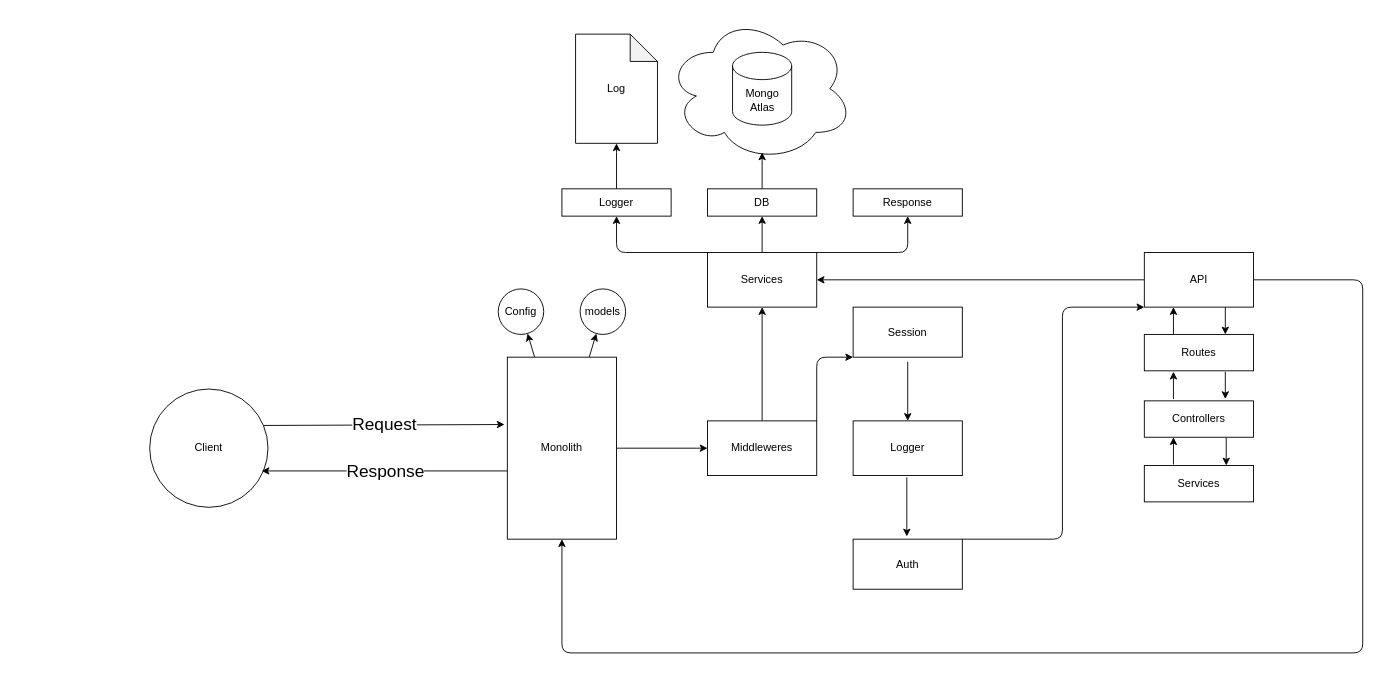
Earlier version of the draw.io diagram architecture.drawio (gDenisLit/item-server-python). Source tidied: cells renumbered, new cells numbered last; positions are measured from the earlier drawing's top-left corner, leaving out a move shared by most shapes. Both pictures are drawn from the tidied source at 91%, with x=0, y=0 at pixel (149, 15).
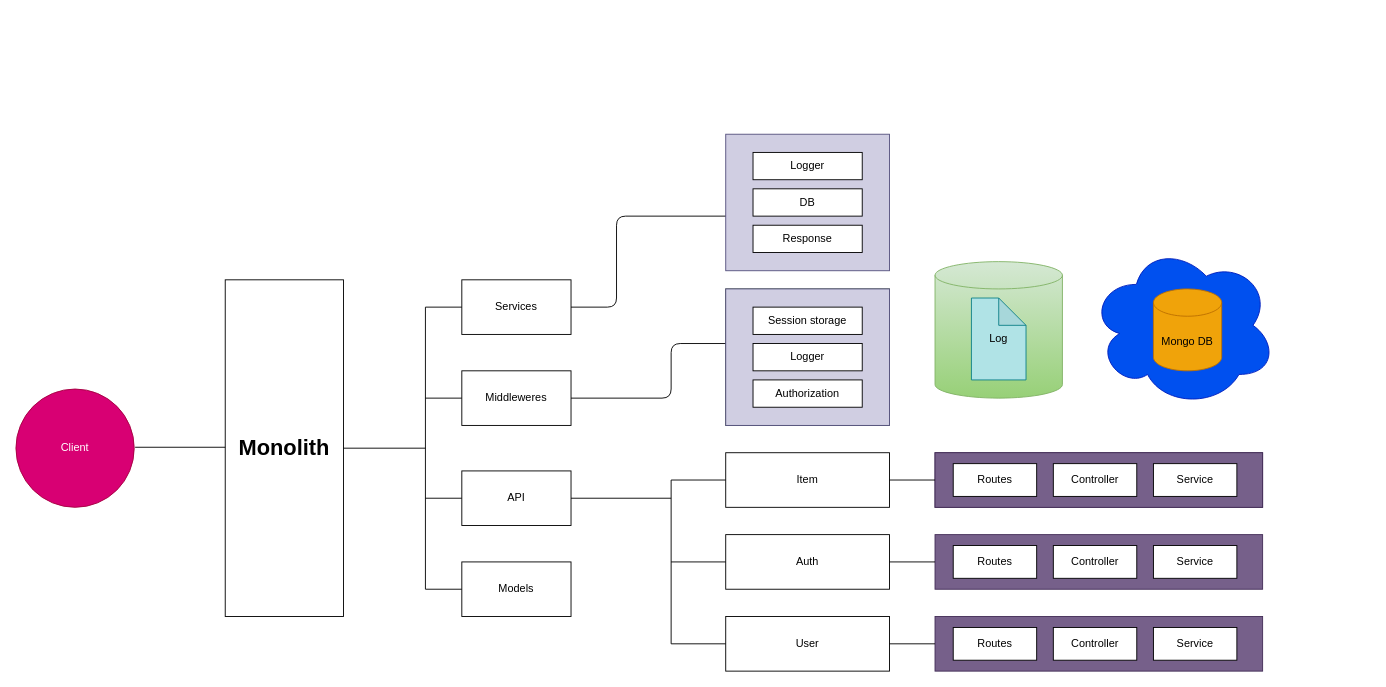
The same page after the edit.

Diff of the diagram source:
```diff
@@
-    <mxCell id="2" style="ellipse;shape=cloud;whiteSpace=wrap;html=1;" parent="1" vertex="1">
-      <mxGeometry x="568" width="205" height="160" as="geometry" />
-    </mxCell>
-    <mxCell id="3" value="Client" style="ellipse;whiteSpace=wrap;html=1;" parent="1" vertex="1">
-      <mxGeometry y="410" width="130" height="130" as="geometry" />
+    <mxCell id="3" value="Client" style="ellipse;whiteSpace=wrap;html=1;fillColor=#d80073;fontColor=#ffffff;strokeColor=#A50040;" parent="1" vertex="1">
+      <mxGeometry x="-147" y="410" width="130" height="130" as="geometry" />
     </mxCell>
-    <mxCell id="4" style="edgeStyle=none;html=1;" parent="1" edge="1" source="7" target="15">
-      <mxGeometry relative="1" as="geometry" />
-    </mxCell>
-    <mxCell id="5" style="edgeStyle=none;html=1;" parent="1" edge="1" source="7" target="45">
-      <mxGeometry relative="1" as="geometry" />
-    </mxCell>
-    <mxCell id="6" style="edgeStyle=none;html=1;" parent="1" edge="1" source="7" target="46">
-      <mxGeometry relative="1" as="geometry" />
-    </mxCell>
-    <mxCell id="7" value="Monolith" style="whiteSpace=wrap;html=1;" parent="1" vertex="1">
-      <mxGeometry x="393" y="375" width="120" height="200" as="geometry" />
+    <mxCell id="7" value="&lt;b&gt;&lt;font style=&quot;font-size: 24px;&quot;&gt;Monolith&lt;/font&gt;&lt;/b&gt;" style="whiteSpace=wrap;html=1;" parent="1" vertex="1">
+      <mxGeometry x="83" y="290" width="130" height="370" as="geometry" />
     </mxCell>
-    <mxCell id="8" style="edgeStyle=none;html=1;entryX=0.5;entryY=1;entryDx=0;entryDy=0;exitX=1;exitY=0;exitDx=0;exitDy=0;" parent="1" edge="1" source="11" target="17">
-      <mxGeometry relative="1" as="geometry">
-        <Array as="points">
-          <mxPoint x="833" y="260" />
-        </Array>
-      </mxGeometry>
-    </mxCell>
-    <mxCell id="9" style="edgeStyle=none;html=1;" parent="1" edge="1" source="11" target="19">
-      <mxGeometry relative="1" as="geometry" />
-    </mxCell>
-    <mxCell id="10" style="edgeStyle=none;html=1;entryX=0.5;entryY=1;entryDx=0;entryDy=0;exitX=0;exitY=0;exitDx=0;exitDy=0;" parent="1" edge="1" source="11" target="21">
-      <mxGeometry relative="1" as="geometry">
-        <Array as="points">
-          <mxPoint x="513" y="260" />
-        </Array>
-      </mxGeometry>
-    </mxCell>
     <mxCell id="11" value="Services" style="whiteSpace=wrap;html=1;" parent="1" vertex="1">
-      <mxGeometry x="613" y="260" width="120" height="60" as="geometry" />
+      <mxGeometry x="343" y="290" width="120" height="60" as="geometry" />
     </mxCell>
-    <mxCell id="12" style="edgeStyle=none;html=1;entryX=0;entryY=1;entryDx=0;entryDy=0;exitX=1;exitY=0;exitDx=0;exitDy=0;" parent="1" edge="1" source="15" target="22">
-      <mxGeometry relative="1" as="geometry">
-        <Array as="points">
-          <mxPoint x="733" y="375" />
-        </Array>
-      </mxGeometry>
-    </mxCell>
-    <mxCell id="13" style="edgeStyle=none;html=1;" parent="1" edge="1" target="23">
-      <mxGeometry relative="1" as="geometry">
-        <mxPoint x="833" y="380" as="sourcePoint" />
-      </mxGeometry>
-    </mxCell>
-    <mxCell id="14" style="edgeStyle=none;html=1;entryX=0.5;entryY=1;entryDx=0;entryDy=0;" parent="1" edge="1" source="15" target="11">
-      <mxGeometry relative="1" as="geometry" />
-    </mxCell>
     <mxCell id="15" value="Middleweres" style="whiteSpace=wrap;html=1;" parent="1" vertex="1">
-      <mxGeometry x="613" y="445" width="120" height="60" as="geometry" />
+      <mxGeometry x="343" y="390" width="120" height="60" as="geometry" />
     </mxCell>
     <mxCell id="16" value="API" style="whiteSpace=wrap;html=1;" parent="1" vertex="1">
-      <mxGeometry x="1093" y="260" width="120" height="60" as="geometry" />
+      <mxGeometry x="343" y="500" width="120" height="60" as="geometry" />
     </mxCell>
-    <mxCell id="17" value="Response" style="whiteSpace=wrap;html=1;" parent="1" vertex="1">
-      <mxGeometry x="773" y="190" width="120" height="30" as="geometry" />
-    </mxCell>
-    <mxCell id="18" style="edgeStyle=none;html=1;" parent="1" edge="1" source="19">
-      <mxGeometry relative="1" as="geometry">
-        <mxPoint x="673" y="150" as="targetPoint" />
-      </mxGeometry>
-    </mxCell>
-    <mxCell id="19" value="DB" style="whiteSpace=wrap;html=1;" parent="1" vertex="1">
-      <mxGeometry x="613" y="190" width="120" height="30" as="geometry" />
-    </mxCell>
-    <mxCell id="20" style="edgeStyle=none;html=1;startArrow=none;" parent="1" edge="1">
-      <mxGeometry relative="1" as="geometry">
-        <mxPoint x="513" y="150" as="sourcePoint" />
-        <mxPoint x="513" y="140" as="targetPoint" />
-      </mxGeometry>
-    </mxCell>
-    <mxCell id="21" value="Logger" style="whiteSpace=wrap;html=1;" parent="1" vertex="1">
-      <mxGeometry x="453" y="190" width="120" height="30" as="geometry" />
-    </mxCell>
+    <mxCell id="47" value="Models" style="whiteSpace=wrap;html=1;" parent="1" vertex="1">
+      <mxGeometry x="343" y="600" width="120" height="60" as="geometry" />
+    </mxCell>
+    <mxCell id="48" style="group;fillColor=#6d8764;fontColor=#ffffff;strokeColor=#3A5431;" parent="1" vertex="1">
+      <mxGeometry x="633" y="300" width="180" height="150" as="geometry" />
+    </mxCell>
+    <mxCell id="49" style="endArrow=none;html=1;fontColor=#000000;exitX=1;exitY=0.5;exitDx=0;exitDy=0;entryX=0.011;entryY=0.6;entryDx=0;entryDy=0;entryPerimeter=0;" parent="1" edge="1" source="11" target="82">
+      <mxGeometry relative="1" as="geometry">
+        <Array as="points">
+          <mxPoint x="513" y="320" />
+          <mxPoint x="513" y="220" />
+        </Array>
+      </mxGeometry>
+    </mxCell>
+    <mxCell id="50" style="endArrow=none;html=1;fontColor=#000000;" parent="1" edge="1">
+      <mxGeometry relative="1" as="geometry">
+        <mxPoint x="463" y="420" as="sourcePoint" />
+        <mxPoint x="643" y="360" as="targetPoint" />
+        <Array as="points">
+          <mxPoint x="573" y="420" />
+          <mxPoint x="573" y="360" />
+        </Array>
+      </mxGeometry>
+    </mxCell>
+    <mxCell id="51" value="Item" style="whiteSpace=wrap;html=1;" parent="1" vertex="1">
+      <mxGeometry x="633" y="480" width="180" height="60" as="geometry" />
+    </mxCell>
+    <mxCell id="52" value="Auth" style="whiteSpace=wrap;html=1;" parent="1" vertex="1">
+      <mxGeometry x="633" y="570" width="180" height="60" as="geometry" />
+    </mxCell>
+    <mxCell id="53" value="User" style="whiteSpace=wrap;html=1;" parent="1" vertex="1">
+      <mxGeometry x="633" y="660" width="180" height="60" as="geometry" />
+    </mxCell>
+    <mxCell id="54" style="group;fillColor=#76608a;fontColor=#ffffff;strokeColor=#432D57;" parent="1" vertex="1">
+      <mxGeometry x="863" y="480" width="360" height="60" as="geometry" />
+    </mxCell>
+    <mxCell id="55" style="endArrow=none;html=1;fontColor=#000000;exitX=1;exitY=0.5;exitDx=0;exitDy=0;" parent="1" edge="1" source="7">
+      <mxGeometry relative="1" as="geometry">
+        <mxPoint x="303" y="475" as="targetPoint" />
+      </mxGeometry>
+    </mxCell>
+    <mxCell id="56" style="endArrow=none;html=1;fontColor=#000000;" parent="1" edge="1">
+      <mxGeometry relative="1" as="geometry">
+        <mxPoint x="303" y="630" as="sourcePoint" />
+        <mxPoint x="303" y="320" as="targetPoint" />
+      </mxGeometry>
+    </mxCell>
+    <mxCell id="57" style="endArrow=none;html=1;fontColor=#000000;" parent="1" edge="1">
+      <mxGeometry relative="1" as="geometry">
+        <mxPoint x="303" y="630" as="sourcePoint" />
+        <mxPoint x="343" y="630" as="targetPoint" />
+      </mxGeometry>
+    </mxCell>
+    <mxCell id="58" style="endArrow=none;html=1;fontColor=#000000;" parent="1" edge="1">
+      <mxGeometry relative="1" as="geometry">
+        <mxPoint x="303" y="530" as="sourcePoint" />
+        <mxPoint x="343" y="530" as="targetPoint" />
+      </mxGeometry>
+    </mxCell>
+    <mxCell id="59" style="endArrow=none;html=1;fontColor=#000000;" parent="1" edge="1">
+      <mxGeometry relative="1" as="geometry">
+        <mxPoint x="303" y="420" as="sourcePoint" />
+        <mxPoint x="343" y="420" as="targetPoint" />
+      </mxGeometry>
+    </mxCell>
+    <mxCell id="60" style="endArrow=none;html=1;fontColor=#000000;" parent="1" edge="1">
+      <mxGeometry relative="1" as="geometry">
+        <mxPoint x="303" y="320" as="sourcePoint" />
+        <mxPoint x="343" y="320" as="targetPoint" />
+      </mxGeometry>
+    </mxCell>
+    <mxCell id="61" style="endArrow=none;html=1;fontColor=#000000;" parent="1" edge="1">
+      <mxGeometry relative="1" as="geometry">
+        <mxPoint x="573" y="690" as="sourcePoint" />
+        <mxPoint x="573" y="510" as="targetPoint" />
+      </mxGeometry>
+    </mxCell>
+    <mxCell id="62" style="endArrow=none;html=1;fontColor=#000000;entryX=0;entryY=0.5;entryDx=0;entryDy=0;" parent="1" edge="1" target="53">
+      <mxGeometry relative="1" as="geometry">
+        <mxPoint x="573" y="690" as="sourcePoint" />
+      </mxGeometry>
+    </mxCell>
+    <mxCell id="63" style="endArrow=none;html=1;fontColor=#000000;entryX=0;entryY=0.5;entryDx=0;entryDy=0;" parent="1" edge="1">
+      <mxGeometry relative="1" as="geometry">
+        <mxPoint x="573" y="600" as="sourcePoint" />
+        <mxPoint x="633" y="600" as="targetPoint" />
+      </mxGeometry>
+    </mxCell>
+    <mxCell id="64" style="endArrow=none;html=1;fontColor=#000000;entryX=0;entryY=0.5;entryDx=0;entryDy=0;" parent="1" edge="1">
+      <mxGeometry relative="1" as="geometry">
+        <mxPoint x="573" y="510" as="sourcePoint" />
+        <mxPoint x="633" y="510" as="targetPoint" />
+      </mxGeometry>
+    </mxCell>
+    <mxCell id="65" style="endArrow=none;html=1;fontColor=#000000;" parent="1" edge="1">
+      <mxGeometry relative="1" as="geometry">
+        <mxPoint x="463" y="530" as="sourcePoint" />
+        <mxPoint x="573" y="530" as="targetPoint" />
+      </mxGeometry>
+    </mxCell>
+    <mxCell id="66" style="rounded=0;whiteSpace=wrap;html=1;fillColor=#76608a;strokeColor=#432D57;fontColor=#ffffff;" parent="1" vertex="1">
+      <mxGeometry x="863" y="480" width="360" height="60" as="geometry" />
+    </mxCell>
+    <mxCell id="67" value="Routes" style="whiteSpace=wrap;html=1;" parent="1" vertex="1">
+      <mxGeometry x="883" y="492" width="91.7" height="36" as="geometry" />
+    </mxCell>
+    <mxCell id="68" value="Controller" style="whiteSpace=wrap;html=1;" parent="1" vertex="1">
+      <mxGeometry x="993" y="492" width="91.7" height="36" as="geometry" />
+    </mxCell>
+    <mxCell id="69" value="Service" style="whiteSpace=wrap;html=1;" parent="1" vertex="1">
+      <mxGeometry x="1103" y="492" width="91.7" height="36" as="geometry" />
+    </mxCell>
+    <mxCell id="70" style="rounded=0;whiteSpace=wrap;html=1;fillColor=#76608a;strokeColor=#432D57;fontColor=#ffffff;" parent="1" vertex="1">
+      <mxGeometry x="863" y="570" width="360" height="60" as="geometry" />
+    </mxCell>
+    <mxCell id="71" value="Routes" style="whiteSpace=wrap;html=1;" parent="1" vertex="1">
+      <mxGeometry x="883" y="582" width="91.7" height="36" as="geometry" />
+    </mxCell>
+    <mxCell id="72" value="Controller" style="whiteSpace=wrap;html=1;" parent="1" vertex="1">
+      <mxGeometry x="993" y="582" width="91.7" height="36" as="geometry" />
+    </mxCell>
+    <mxCell id="73" value="Service" style="whiteSpace=wrap;html=1;" parent="1" vertex="1">
+      <mxGeometry x="1103" y="582" width="91.7" height="36" as="geometry" />
+    </mxCell>
+    <mxCell id="74" style="rounded=0;whiteSpace=wrap;html=1;fillColor=#76608a;strokeColor=#432D57;fontColor=#ffffff;" parent="1" vertex="1">
+      <mxGeometry x="863" y="660" width="360" height="60" as="geometry" />
+    </mxCell>
+    <mxCell id="75" value="Routes" style="whiteSpace=wrap;html=1;" parent="1" vertex="1">
+      <mxGeometry x="883" y="672" width="91.7" height="36" as="geometry" />
+    </mxCell>
+    <mxCell id="76" value="Controller" style="whiteSpace=wrap;html=1;" parent="1" vertex="1">
+      <mxGeometry x="993" y="672" width="91.7" height="36" as="geometry" />
+    </mxCell>
+    <mxCell id="77" value="Service" style="whiteSpace=wrap;html=1;" parent="1" vertex="1">
+      <mxGeometry x="1103" y="672" width="91.7" height="36" as="geometry" />
+    </mxCell>
+    <mxCell id="78" style="endArrow=none;html=1;fontColor=#000000;entryX=0;entryY=0.5;entryDx=0;entryDy=0;" parent="1" edge="1">
+      <mxGeometry relative="1" as="geometry">
+        <mxPoint x="813" y="510" as="sourcePoint" />
+        <mxPoint x="863" y="510" as="targetPoint" />
+      </mxGeometry>
+    </mxCell>
+    <mxCell id="79" style="endArrow=none;html=1;fontColor=#000000;entryX=0;entryY=0.5;entryDx=0;entryDy=0;" parent="1" edge="1">
+      <mxGeometry relative="1" as="geometry">
+        <mxPoint x="813" y="600" as="sourcePoint" />
+        <mxPoint x="863" y="600" as="targetPoint" />
+      </mxGeometry>
+    </mxCell>
+    <mxCell id="80" style="endArrow=none;html=1;fontColor=#000000;entryX=0;entryY=0.5;entryDx=0;entryDy=0;" parent="1" edge="1">
+      <mxGeometry relative="1" as="geometry">
+        <mxPoint x="813" y="690" as="sourcePoint" />
+        <mxPoint x="863" y="690" as="targetPoint" />
+      </mxGeometry>
+    </mxCell>
+    <mxCell id="81" style="rounded=0;whiteSpace=wrap;html=1;fillColor=#d0cee2;strokeColor=#56517e;" parent="1" vertex="1">
+      <mxGeometry x="633" y="300" width="180" height="150" as="geometry" />
+    </mxCell>
-    <mxCell id="22" value="Session" style="whiteSpace=wrap;html=1;" parent="1" vertex="1">
-      <mxGeometry x="773" y="320" width="120" height="55" as="geometry" />
+    <mxCell id="22" value="Session storage" style="whiteSpace=wrap;html=1;" parent="1" vertex="1">
+      <mxGeometry x="663" y="320" width="120" height="30" as="geometry" />
     </mxCell>
     <mxCell id="23" value="Logger" style="whiteSpace=wrap;html=1;" parent="1" vertex="1">
-      <mxGeometry x="773" y="445" width="120" height="60" as="geometry" />
+      <mxGeometry x="663" y="360" width="120" height="30" as="geometry" />
     </mxCell>
-    <mxCell id="24" value="Auth" style="whiteSpace=wrap;html=1;" parent="1" vertex="1">
-      <mxGeometry x="773" y="575" width="120" height="55" as="geometry" />
+    <mxCell id="24" value="Authorization" style="whiteSpace=wrap;html=1;" parent="1" vertex="1">
+      <mxGeometry x="663" y="400" width="120" height="30" as="geometry" />
     </mxCell>
-    <mxCell id="25" style="edgeStyle=none;html=1;" parent="1" edge="1">
-      <mxGeometry relative="1" as="geometry">
-        <mxPoint x="1182" y="391" as="sourcePoint" />
-        <mxPoint x="1182" y="421" as="targetPoint" />
-      </mxGeometry>
-    </mxCell>
-    <mxCell id="26" value="Routes" style="whiteSpace=wrap;html=1;" parent="1" vertex="1">
-      <mxGeometry x="1093" y="350" width="120" height="40" as="geometry" />
-    </mxCell>
-    <mxCell id="27" style="edgeStyle=none;html=1;exitX=0.75;exitY=1;exitDx=0;exitDy=0;entryX=0.75;entryY=0;entryDx=0;entryDy=0;" parent="1" edge="1" source="28" target="29">
-      <mxGeometry relative="1" as="geometry" />
-    </mxCell>
-    <mxCell id="28" value="Controllers" style="whiteSpace=wrap;html=1;" parent="1" vertex="1">
-      <mxGeometry x="1093" y="423" width="120" height="40" as="geometry" />
-    </mxCell>
-    <mxCell id="29" value="Services" style="whiteSpace=wrap;html=1;" parent="1" vertex="1">
-      <mxGeometry x="1093" y="494" width="120" height="40" as="geometry" />
-    </mxCell>
-    <mxCell id="30" style="endArrow=classic;html=1;" parent="1" edge="1">
-      <mxGeometry relative="1" as="geometry">
-        <mxPoint x="1125" y="493" as="sourcePoint" />
-        <mxPoint x="1125" y="463" as="targetPoint" />
-      </mxGeometry>
-    </mxCell>
-    <mxCell id="31" style="edgeStyle=none;html=1;" parent="1" edge="1">
-      <mxGeometry relative="1" as="geometry">
-        <mxPoint x="1182" y="320" as="sourcePoint" />
-        <mxPoint x="1182" y="350" as="targetPoint" />
-      </mxGeometry>
-    </mxCell>
-    <mxCell id="32" style="endArrow=classic;html=1;" parent="1" edge="1">
-      <mxGeometry relative="1" as="geometry">
-        <mxPoint x="1125" y="421" as="sourcePoint" />
-        <mxPoint x="1125" y="391" as="targetPoint" />
-      </mxGeometry>
-    </mxCell>
-    <mxCell id="33" style="endArrow=classic;html=1;" parent="1" edge="1">
-      <mxGeometry relative="1" as="geometry">
-        <mxPoint x="1125" y="350" as="sourcePoint" />
-        <mxPoint x="1125" y="320" as="targetPoint" />
-      </mxGeometry>
-    </mxCell>
-    <mxCell id="34" style="endArrow=classic;html=1;entryX=1;entryY=0.5;entryDx=0;entryDy=0;exitX=0;exitY=0.5;exitDx=0;exitDy=0;" parent="1" edge="1" source="16" target="11">
-      <mxGeometry relative="1" as="geometry" />
-    </mxCell>
-    <mxCell id="35" style="edgeStyle=none;html=1;" parent="1" edge="1">
-      <mxGeometry relative="1" as="geometry">
-        <mxPoint x="832" y="507" as="sourcePoint" />
-        <mxPoint x="832" y="572" as="targetPoint" />
-      </mxGeometry>
-    </mxCell>
-    <mxCell id="36" style="endArrow=classic;html=1;exitX=1;exitY=0;exitDx=0;exitDy=0;entryX=0;entryY=1;entryDx=0;entryDy=0;" parent="1" edge="1" source="24" target="16">
-      <mxGeometry relative="1" as="geometry">
-        <Array as="points">
-          <mxPoint x="1003" y="575" />
-          <mxPoint x="1003" y="320" />
-        </Array>
-      </mxGeometry>
-    </mxCell>
-    <mxCell id="37" style="endArrow=classic;html=1;exitX=1;exitY=0.5;exitDx=0;exitDy=0;entryX=0.5;entryY=1;entryDx=0;entryDy=0;" parent="1" edge="1" source="16" target="7">
-      <mxGeometry relative="1" as="geometry">
-        <Array as="points">
-          <mxPoint x="1333" y="290" />
-          <mxPoint x="1333" y="700" />
-          <mxPoint x="453" y="700" />
-        </Array>
-      </mxGeometry>
-    </mxCell>
+    <mxCell id="82" style="rounded=0;whiteSpace=wrap;html=1;fillColor=#d0cee2;strokeColor=#56517e;" parent="1" vertex="1">
+      <mxGeometry x="633" y="130" width="180" height="150" as="geometry" />
+    </mxCell>
+    <mxCell id="17" value="Response" style="whiteSpace=wrap;html=1;" parent="1" vertex="1">
+      <mxGeometry x="663" y="230" width="120" height="30" as="geometry" />
+    </mxCell>
+    <mxCell id="19" value="DB" style="whiteSpace=wrap;html=1;" parent="1" vertex="1">
+      <mxGeometry x="663" y="190" width="120" height="30" as="geometry" />
+    </mxCell>
+    <mxCell id="21" value="Logger" style="whiteSpace=wrap;html=1;" parent="1" vertex="1">
+      <mxGeometry x="663" y="150" width="120" height="30" as="geometry" />
+    </mxCell>
+    <mxCell id="83" style="endArrow=none;html=1;fontColor=#000000;exitX=1;exitY=0.5;exitDx=0;exitDy=0;" parent="1" edge="1">
+      <mxGeometry relative="1" as="geometry">
+        <mxPoint x="-16" y="474" as="sourcePoint" />
+        <mxPoint x="83" y="474" as="targetPoint" />
+      </mxGeometry>
+    </mxCell>
+    <mxCell id="2" style="ellipse;shape=cloud;whiteSpace=wrap;html=1;fillColor=#0050ef;fontColor=#ffffff;strokeColor=#001DBC;" parent="1" vertex="1">
+      <mxGeometry x="1033" y="250" width="205" height="180" as="geometry" />
+    </mxCell>
-    <mxCell id="38" value="Mongo Atlas" style="shape=cylinder3;whiteSpace=wrap;html=1;boundedLbl=1;backgroundOutline=1;size=15;" parent="1" vertex="1">
-      <mxGeometry x="640.5" y="40" width="65" height="80" as="geometry" />
+    <mxCell id="38" value="Mongo DB" style="shape=cylinder3;whiteSpace=wrap;html=1;boundedLbl=1;backgroundOutline=1;size=15;fillColor=#f0a30a;fontColor=#000000;strokeColor=#BD7000;" parent="1" vertex="1">
+      <mxGeometry x="1103" y="300" width="75" height="90" as="geometry" />
     </mxCell>
-    <mxCell id="39" style="edgeStyle=none;html=1;endArrow=none;" parent="1" edge="1" source="21">
-      <mxGeometry relative="1" as="geometry">
-        <mxPoint x="513" y="150" as="targetPoint" />
-      </mxGeometry>
-    </mxCell>
+    <mxCell id="84" style="shape=cylinder3;whiteSpace=wrap;html=1;boundedLbl=1;backgroundOutline=1;size=15;fillColor=#d5e8d4;gradientColor=#97d077;strokeColor=#82b366;" parent="1" vertex="1">
+      <mxGeometry x="863" y="270" width="140" height="150" as="geometry" />
+    </mxCell>
-    <mxCell id="40" value="Log" style="shape=note;whiteSpace=wrap;html=1;backgroundOutline=1;darkOpacity=0.05;" parent="1" vertex="1">
-      <mxGeometry x="468" y="20" width="90" height="120" as="geometry" />
+    <mxCell id="40" value="&lt;font color=&quot;#000000&quot;&gt;Log&lt;/font&gt;" style="shape=note;whiteSpace=wrap;html=1;backgroundOutline=1;darkOpacity=0.05;fillColor=#b0e3e6;strokeColor=#0e8088;" parent="1" vertex="1">
+      <mxGeometry x="903" y="310" width="60" height="90" as="geometry" />
     </mxCell>
-    <mxCell id="41" style="endArrow=classic;html=1;exitX=0.962;exitY=0.308;exitDx=0;exitDy=0;exitPerimeter=0;entryX=-0.025;entryY=0.37;entryDx=0;entryDy=0;entryPerimeter=0;" parent="1" edge="1" source="3" target="7">
-      <mxGeometry relative="1" as="geometry" />
-    </mxCell>
-    <mxCell id="42" value="&lt;font style=&quot;font-size: 19px;&quot;&gt;Request&lt;/font&gt;" style="edgeLabel;html=1;align=center;verticalAlign=middle;" parent="41" vertex="1">
-      <mxGeometry relative="1" as="geometry" />
-    </mxCell>
-    <mxCell id="43" style="endArrow=classic;html=1;exitX=0;exitY=0.625;exitDx=0;exitDy=0;exitPerimeter=0;" parent="1" edge="1" source="7">
-      <mxGeometry relative="1" as="geometry">
-        <mxPoint x="123" y="500" as="targetPoint" />
-      </mxGeometry>
-    </mxCell>
-    <mxCell id="44" value="&lt;font style=&quot;font-size: 19px;&quot;&gt;Response&lt;/font&gt;" style="edgeLabel;html=1;align=center;verticalAlign=middle;" parent="43" vertex="1">
-      <mxGeometry relative="1" as="geometry" />
-    </mxCell>
-    <mxCell id="45" value="Config" style="ellipse;whiteSpace=wrap;html=1;" parent="1" vertex="1">
-      <mxGeometry x="383" y="300" width="50" height="50" as="geometry" />
-    </mxCell>
-    <mxCell id="46" value="models" style="ellipse;whiteSpace=wrap;html=1;" parent="1" vertex="1">
-      <mxGeometry x="473" y="300" width="50" height="50" as="geometry" />
-    </mxCell>
```
